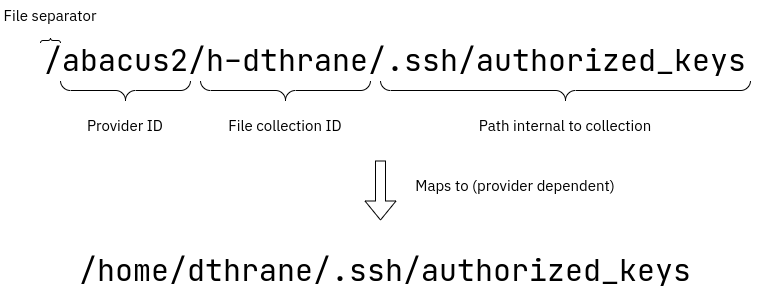
The draw.io diagram backend/file-orchestrator-service/wiki/path.png in SDU-eScience/UCloud, before a commit. Source tidied: cells renumbered, new cells last; positions are measured from the earlier drawing's top-left corner, leaving out a move shared by most shapes. Its diagram source:
```xml
<mxGraphModel>
  <root>
    <mxCell id="0" />
    <mxCell id="1" parent="0" />
    <mxCell id="2" value="/abacus2/h-dthrane/.ssh/authorized_keys" style="text;strokeColor=none;fillColor=none;align=center;verticalAlign=middle;rounded=0;fontFamily=Jetbrains Mono;fontSource=https%3A%2F%2Ffonts.googleapis.com%2Fcss%3Ffamily%3DJetbrains%2BMono;fontSize=30;html=1;whiteSpace=wrap;" parent="1" vertex="1">
      <mxGeometry x="30" y="40" width="730" height="40" as="geometry" />
    </mxCell>
    <mxCell id="3" style="verticalLabelPosition=bottom;shadow=0;dashed=0;align=center;html=1;verticalAlign=top;strokeWidth=1;shape=mxgraph.mockup.markup.curlyBrace;fontFamily=IBM Plex Sans;fontSource=https%3A%2F%2Ffonts.googleapis.com%2Fcss%3Ffamily%3DIBM%2BPlex%2BSans;fontSize=30;" parent="1" vertex="1">
      <mxGeometry x="40" y="30" width="20" height="20" as="geometry" />
    </mxCell>
    <mxCell id="4" style="verticalLabelPosition=bottom;shadow=0;dashed=0;align=center;html=1;verticalAlign=top;strokeWidth=1;shape=mxgraph.mockup.markup.curlyBrace;fontFamily=IBM Plex Sans;fontSource=https%3A%2F%2Ffonts.googleapis.com%2Fcss%3Ffamily%3DIBM%2BPlex%2BSans;fontSize=30;rotation=-180;" parent="1" vertex="1">
      <mxGeometry x="60" y="80" width="130" height="20" as="geometry" />
    </mxCell>
    <mxCell id="5" style="verticalLabelPosition=bottom;shadow=0;dashed=0;align=center;html=1;verticalAlign=top;strokeWidth=1;shape=mxgraph.mockup.markup.curlyBrace;fontFamily=IBM Plex Sans;fontSource=https%3A%2F%2Ffonts.googleapis.com%2Fcss%3Ffamily%3DIBM%2BPlex%2BSans;fontSize=30;rotation=-180;" parent="1" vertex="1">
      <mxGeometry x="200" y="80" width="170" height="20" as="geometry" />
    </mxCell>
    <mxCell id="6" style="verticalLabelPosition=bottom;shadow=0;dashed=0;align=center;html=1;verticalAlign=top;strokeWidth=1;shape=mxgraph.mockup.markup.curlyBrace;fontFamily=IBM Plex Sans;fontSource=https%3A%2F%2Ffonts.googleapis.com%2Fcss%3Ffamily%3DIBM%2BPlex%2BSans;fontSize=30;rotation=-180;" parent="1" vertex="1">
      <mxGeometry x="380" y="80" width="370" height="20" as="geometry" />
    </mxCell>
    <mxCell id="7" value="File separator" style="text;html=1;strokeColor=none;fillColor=none;align=center;verticalAlign=middle;whiteSpace=wrap;rounded=0;fontFamily=IBM Plex Sans;fontSource=https%3A%2F%2Ffonts.googleapis.com%2Fcss%3Ffamily%3DIBM%2BPlex%2BSans;fontSize=15;" parent="1" vertex="1">
      <mxGeometry width="100" height="30" as="geometry" />
    </mxCell>
    <mxCell id="8" value="Provider ID" style="text;html=1;strokeColor=none;fillColor=none;align=center;verticalAlign=middle;whiteSpace=wrap;rounded=0;fontFamily=IBM Plex Sans;fontSource=https%3A%2F%2Ffonts.googleapis.com%2Fcss%3Ffamily%3DIBM%2BPlex%2BSans;fontSize=15;" parent="1" vertex="1">
      <mxGeometry x="60" y="110" width="130" height="30" as="geometry" />
    </mxCell>
    <mxCell id="9" value="File collection ID" style="text;html=1;strokeColor=none;fillColor=none;align=center;verticalAlign=middle;whiteSpace=wrap;rounded=0;fontFamily=IBM Plex Sans;fontSource=https%3A%2F%2Ffonts.googleapis.com%2Fcss%3Ffamily%3DIBM%2BPlex%2BSans;fontSize=15;" parent="1" vertex="1">
      <mxGeometry x="200" y="110" width="170" height="30" as="geometry" />
    </mxCell>
    <mxCell id="10" value="Path internal to collection" style="text;html=1;strokeColor=none;fillColor=none;align=center;verticalAlign=middle;whiteSpace=wrap;rounded=0;fontFamily=IBM Plex Sans;fontSource=https%3A%2F%2Ffonts.googleapis.com%2Fcss%3Ffamily%3DIBM%2BPlex%2BSans;fontSize=15;" parent="1" vertex="1">
      <mxGeometry x="380" y="110" width="370" height="30" as="geometry" />
    </mxCell>
    <mxCell id="11" style="shape=flexArrow;endArrow=classic;html=1;fontFamily=IBM Plex Sans;fontSource=https%3A%2F%2Ffonts.googleapis.com%2Fcss%3Ffamily%3DIBM%2BPlex%2BSans;fontSize=15;" parent="1" edge="1">
      <mxGeometry relative="1" as="geometry">
        <mxPoint x="380" y="160" as="sourcePoint" />
        <mxPoint x="380" y="220" as="targetPoint" />
      </mxGeometry>
    </mxCell>
    <mxCell id="12" value="/home/dthrane/.ssh/authorized_keys" style="text;strokeColor=none;fillColor=none;align=center;verticalAlign=middle;rounded=0;fontFamily=Jetbrains Mono;fontSource=https%3A%2F%2Ffonts.googleapis.com%2Fcss%3Ffamily%3DJetbrains%2BMono;fontSize=30;html=1;whiteSpace=wrap;" parent="1" vertex="1">
      <mxGeometry x="20" y="250" width="730" height="40" as="geometry" />
    </mxCell>
    <mxCell id="13" value="Maps to (provider dependent)" style="text;html=1;strokeColor=none;fillColor=none;align=center;verticalAlign=middle;whiteSpace=wrap;rounded=0;fontFamily=IBM Plex Sans;fontSource=https%3A%2F%2Ffonts.googleapis.com%2Fcss%3Ffamily%3DIBM%2BPlex%2BSans;fontSize=15;" parent="1" vertex="1">
      <mxGeometry x="400" y="170" width="230" height="30" as="geometry" />
    </mxCell>
  </root>
</mxGraphModel>
```
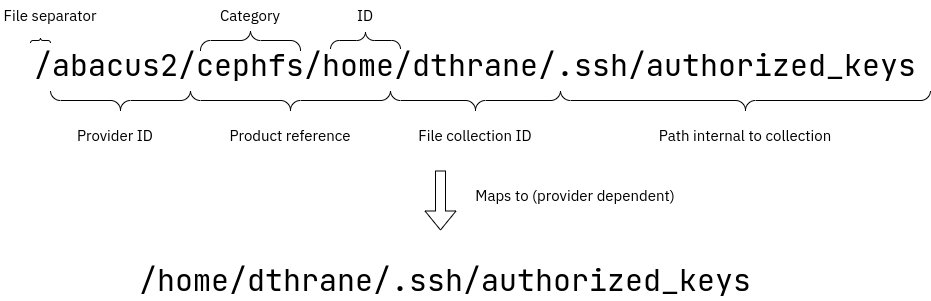
After the commit.

The edit, as a diff of the source:
```diff
@@ -2,44 +2,62 @@
   <root>
     <mxCell id="0" />
     <mxCell id="1" parent="0" />
-    <mxCell id="2" value="/abacus2/h-dthrane/.ssh/authorized_keys" style="text;strokeColor=none;fillColor=none;align=center;verticalAlign=middle;rounded=0;fontFamily=Jetbrains Mono;fontSource=https%3A%2F%2Ffonts.googleapis.com%2Fcss%3Ffamily%3DJetbrains%2BMono;fontSize=30;html=1;whiteSpace=wrap;" parent="1" vertex="1">
-      <mxGeometry x="30" y="40" width="730" height="40" as="geometry" />
+    <mxCell id="2" value="/abacus2/cephfs/home/dthrane/.ssh/authorized_keys" style="text;strokeColor=none;fillColor=none;align=center;verticalAlign=middle;rounded=0;fontFamily=Jetbrains Mono;fontSource=https%3A%2F%2Ffonts.googleapis.com%2Fcss%3Ffamily%3DJetbrains%2BMono;fontSize=30;html=1;whiteSpace=wrap;" parent="1" vertex="1">
+      <mxGeometry x="30" y="40" width="890" height="30" as="geometry" />
     </mxCell>
     <mxCell id="3" style="verticalLabelPosition=bottom;shadow=0;dashed=0;align=center;html=1;verticalAlign=top;strokeWidth=1;shape=mxgraph.mockup.markup.curlyBrace;fontFamily=IBM Plex Sans;fontSource=https%3A%2F%2Ffonts.googleapis.com%2Fcss%3Ffamily%3DIBM%2BPlex%2BSans;fontSize=30;" parent="1" vertex="1">
-      <mxGeometry x="40" y="30" width="20" height="20" as="geometry" />
+      <mxGeometry x="30" y="20" width="20" height="20" as="geometry" />
     </mxCell>
     <mxCell id="4" style="verticalLabelPosition=bottom;shadow=0;dashed=0;align=center;html=1;verticalAlign=top;strokeWidth=1;shape=mxgraph.mockup.markup.curlyBrace;fontFamily=IBM Plex Sans;fontSource=https%3A%2F%2Ffonts.googleapis.com%2Fcss%3Ffamily%3DIBM%2BPlex%2BSans;fontSize=30;rotation=-180;" parent="1" vertex="1">
-      <mxGeometry x="60" y="80" width="130" height="20" as="geometry" />
+      <mxGeometry x="50" y="80" width="140" height="20" as="geometry" />
     </mxCell>
     <mxCell id="5" style="verticalLabelPosition=bottom;shadow=0;dashed=0;align=center;html=1;verticalAlign=top;strokeWidth=1;shape=mxgraph.mockup.markup.curlyBrace;fontFamily=IBM Plex Sans;fontSource=https%3A%2F%2Ffonts.googleapis.com%2Fcss%3Ffamily%3DIBM%2BPlex%2BSans;fontSize=30;rotation=-180;" parent="1" vertex="1">
-      <mxGeometry x="200" y="80" width="170" height="20" as="geometry" />
+      <mxGeometry x="390" y="80" width="170" height="20" as="geometry" />
     </mxCell>
     <mxCell id="6" style="verticalLabelPosition=bottom;shadow=0;dashed=0;align=center;html=1;verticalAlign=top;strokeWidth=1;shape=mxgraph.mockup.markup.curlyBrace;fontFamily=IBM Plex Sans;fontSource=https%3A%2F%2Ffonts.googleapis.com%2Fcss%3Ffamily%3DIBM%2BPlex%2BSans;fontSize=30;rotation=-180;" parent="1" vertex="1">
-      <mxGeometry x="380" y="80" width="370" height="20" as="geometry" />
+      <mxGeometry x="560" y="80" width="370" height="20" as="geometry" />
     </mxCell>
     <mxCell id="7" value="File separator" style="text;html=1;strokeColor=none;fillColor=none;align=center;verticalAlign=middle;whiteSpace=wrap;rounded=0;fontFamily=IBM Plex Sans;fontSource=https%3A%2F%2Ffonts.googleapis.com%2Fcss%3Ffamily%3DIBM%2BPlex%2BSans;fontSize=15;" parent="1" vertex="1">
-      <mxGeometry width="100" height="30" as="geometry" />
+      <mxGeometry y="-10" width="100" height="30" as="geometry" />
     </mxCell>
     <mxCell id="8" value="Provider ID" style="text;html=1;strokeColor=none;fillColor=none;align=center;verticalAlign=middle;whiteSpace=wrap;rounded=0;fontFamily=IBM Plex Sans;fontSource=https%3A%2F%2Ffonts.googleapis.com%2Fcss%3Ffamily%3DIBM%2BPlex%2BSans;fontSize=15;" parent="1" vertex="1">
-      <mxGeometry x="60" y="110" width="130" height="30" as="geometry" />
+      <mxGeometry x="50" y="110" width="130" height="30" as="geometry" />
     </mxCell>
     <mxCell id="9" value="File collection ID" style="text;html=1;strokeColor=none;fillColor=none;align=center;verticalAlign=middle;whiteSpace=wrap;rounded=0;fontFamily=IBM Plex Sans;fontSource=https%3A%2F%2Ffonts.googleapis.com%2Fcss%3Ffamily%3DIBM%2BPlex%2BSans;fontSize=15;" parent="1" vertex="1">
-      <mxGeometry x="200" y="110" width="170" height="30" as="geometry" />
+      <mxGeometry x="390" y="110" width="170" height="30" as="geometry" />
     </mxCell>
     <mxCell id="10" value="Path internal to collection" style="text;html=1;strokeColor=none;fillColor=none;align=center;verticalAlign=middle;whiteSpace=wrap;rounded=0;fontFamily=IBM Plex Sans;fontSource=https%3A%2F%2Ffonts.googleapis.com%2Fcss%3Ffamily%3DIBM%2BPlex%2BSans;fontSize=15;" parent="1" vertex="1">
-      <mxGeometry x="380" y="110" width="370" height="30" as="geometry" />
+      <mxGeometry x="560" y="110" width="370" height="30" as="geometry" />
     </mxCell>
     <mxCell id="11" style="shape=flexArrow;endArrow=classic;html=1;fontFamily=IBM Plex Sans;fontSource=https%3A%2F%2Ffonts.googleapis.com%2Fcss%3Ffamily%3DIBM%2BPlex%2BSans;fontSize=15;" parent="1" edge="1">
       <mxGeometry relative="1" as="geometry">
-        <mxPoint x="380" y="160" as="sourcePoint" />
-        <mxPoint x="380" y="220" as="targetPoint" />
+        <mxPoint x="440" y="160" as="sourcePoint" />
+        <mxPoint x="440" y="220" as="targetPoint" />
       </mxGeometry>
     </mxCell>
     <mxCell id="12" value="/home/dthrane/.ssh/authorized_keys" style="text;strokeColor=none;fillColor=none;align=center;verticalAlign=middle;rounded=0;fontFamily=Jetbrains Mono;fontSource=https%3A%2F%2Ffonts.googleapis.com%2Fcss%3Ffamily%3DJetbrains%2BMono;fontSize=30;html=1;whiteSpace=wrap;" parent="1" vertex="1">
-      <mxGeometry x="20" y="250" width="730" height="40" as="geometry" />
+      <mxGeometry x="80" y="250" width="730" height="40" as="geometry" />
     </mxCell>
     <mxCell id="13" value="Maps to (provider dependent)" style="text;html=1;strokeColor=none;fillColor=none;align=center;verticalAlign=middle;whiteSpace=wrap;rounded=0;fontFamily=IBM Plex Sans;fontSource=https%3A%2F%2Ffonts.googleapis.com%2Fcss%3Ffamily%3DIBM%2BPlex%2BSans;fontSize=15;" parent="1" vertex="1">
-      <mxGeometry x="400" y="170" width="230" height="30" as="geometry" />
+      <mxGeometry x="460" y="170" width="230" height="30" as="geometry" />
     </mxCell>
+    <mxCell id="14" style="verticalLabelPosition=bottom;shadow=0;dashed=0;align=center;html=1;verticalAlign=top;strokeWidth=1;shape=mxgraph.mockup.markup.curlyBrace;fontFamily=IBM Plex Sans;fontSource=https%3A%2F%2Ffonts.googleapis.com%2Fcss%3Ffamily%3DIBM%2BPlex%2BSans;fontSize=30;rotation=-180;" parent="1" vertex="1">
+      <mxGeometry x="190" y="80" width="200" height="20" as="geometry" />
+    </mxCell>
+    <mxCell id="15" value="Product reference" style="text;html=1;strokeColor=none;fillColor=none;align=center;verticalAlign=middle;whiteSpace=wrap;rounded=0;fontFamily=IBM Plex Sans;fontSource=https%3A%2F%2Ffonts.googleapis.com%2Fcss%3Ffamily%3DIBM%2BPlex%2BSans;fontSize=15;" parent="1" vertex="1">
+      <mxGeometry x="190" y="110" width="200" height="30" as="geometry" />
+    </mxCell>
+    <mxCell id="16" style="verticalLabelPosition=bottom;shadow=0;dashed=0;align=center;html=1;verticalAlign=top;strokeWidth=1;shape=mxgraph.mockup.markup.curlyBrace;fontFamily=IBM Plex Sans;fontSource=https%3A%2F%2Ffonts.googleapis.com%2Fcss%3Ffamily%3DIBM%2BPlex%2BSans;fontSize=30;rotation=0;" parent="1" vertex="1">
+      <mxGeometry x="200" y="20" width="100" height="20" as="geometry" />
+    </mxCell>
+    <mxCell id="17" style="verticalLabelPosition=bottom;shadow=0;dashed=0;align=center;html=1;verticalAlign=top;strokeWidth=1;shape=mxgraph.mockup.markup.curlyBrace;fontFamily=IBM Plex Sans;fontSource=https%3A%2F%2Ffonts.googleapis.com%2Fcss%3Ffamily%3DIBM%2BPlex%2BSans;fontSize=30;rotation=0;" parent="1" vertex="1">
+      <mxGeometry x="330" y="20" width="70" height="20" as="geometry" />
+    </mxCell>
+    <mxCell id="18" value="Category" style="text;html=1;strokeColor=none;fillColor=none;align=center;verticalAlign=middle;whiteSpace=wrap;rounded=0;fontFamily=IBM Plex Sans;fontSource=https%3A%2F%2Ffonts.googleapis.com%2Fcss%3Ffamily%3DIBM%2BPlex%2BSans;fontSize=15;" parent="1" vertex="1">
+      <mxGeometry x="200" y="-10" width="100" height="30" as="geometry" />
+    </mxCell>
+    <mxCell id="19" value="ID" style="text;html=1;strokeColor=none;fillColor=none;align=center;verticalAlign=middle;whiteSpace=wrap;rounded=0;fontFamily=IBM Plex Sans;fontSource=https%3A%2F%2Ffonts.googleapis.com%2Fcss%3Ffamily%3DIBM%2BPlex%2BSans;fontSize=15;" parent="1" vertex="1">
+      <mxGeometry x="315" y="-10" width="100" height="30" as="geometry" />
+    </mxCell>
   </root>
 </mxGraphModel>
```
